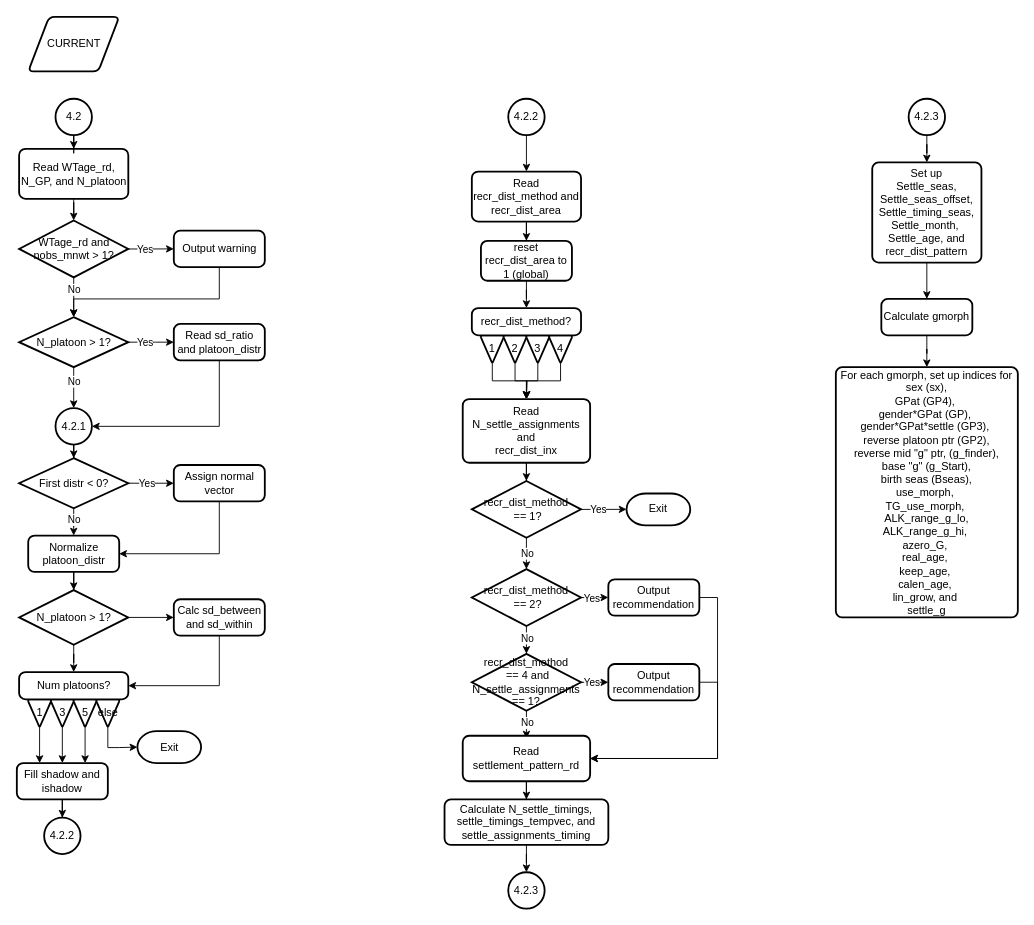
nmfs-ost/ss3-flowcharts keeps this draw.io diagram as readControl_4-2.drawio. Above is the earlier version. Source tidied: cells renumbered, new cells numbered last; positions are measured from the earlier drawing's top-left corner, leaving out a move shared by most shapes. Both pictures are drawn from the tidied source at 91%, with x=0, y=0 at pixel (16, 16).
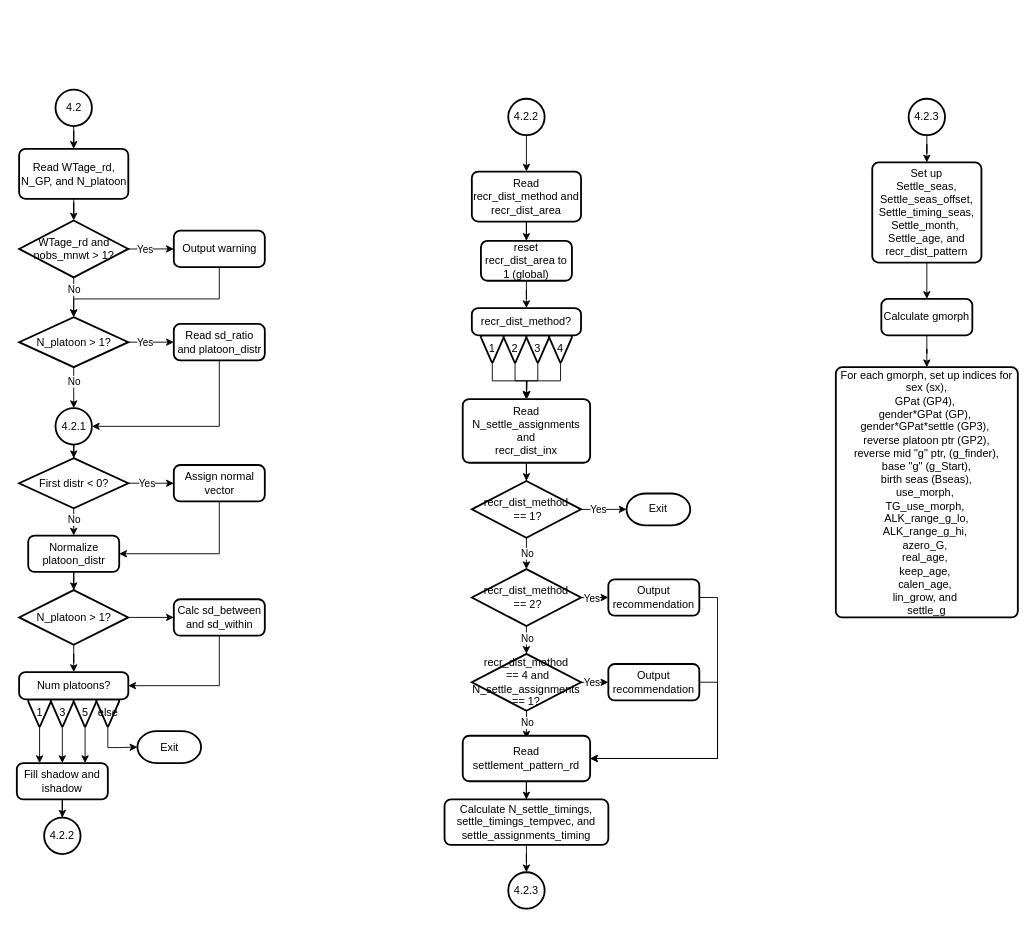
The same page after the edit.

Change to the diagram source:
```diff
@@
     <mxCell id="21" value="4.2" style="strokeWidth=2;html=1;shape=mxgraph.flowchart.start_2;whiteSpace=wrap;" parent="1" vertex="1">
-      <mxGeometry x="42.5" y="90" width="40" height="40" as="geometry" />
+      <mxGeometry x="42.5" y="80" width="40" height="40" as="geometry" />
     </mxCell>
@@
-    <mxCell id="51" value="CURRENT" style="shape=parallelogram;html=1;strokeWidth=2;perimeter=parallelogramPerimeter;whiteSpace=wrap;rounded=1;arcSize=12;size=0.23;" parent="1" vertex="1">
-      <mxGeometry x="12.5" width="100" height="60" as="geometry" />
-    </mxCell>
```
